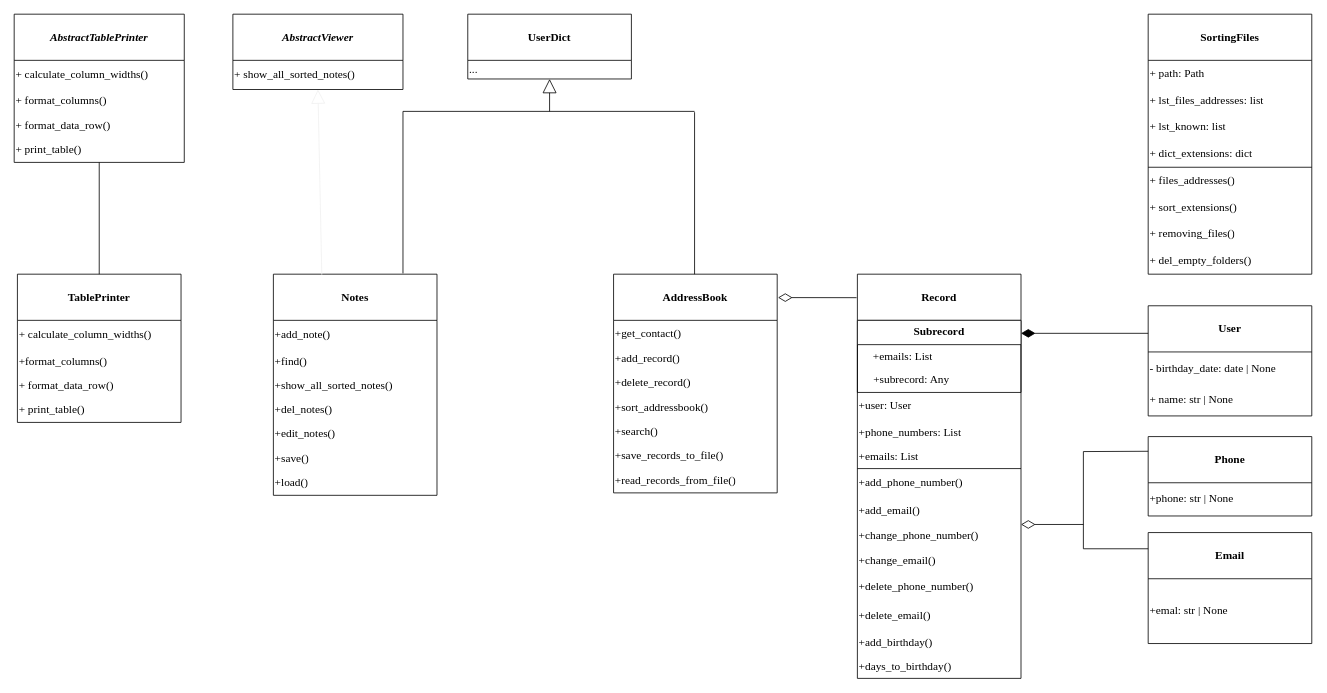
Earlier version of the draw.io diagram pbot_UML.drawio (dCrowb/Python_web_course_HW_1). Source tidied: cells renumbered, new cells numbered last; positions are measured from the earlier drawing's top-left corner, leaving out a move shared by most shapes. Both pictures are drawn from the tidied source at 81%, with x=0, y=0 at pixel (14, 14).
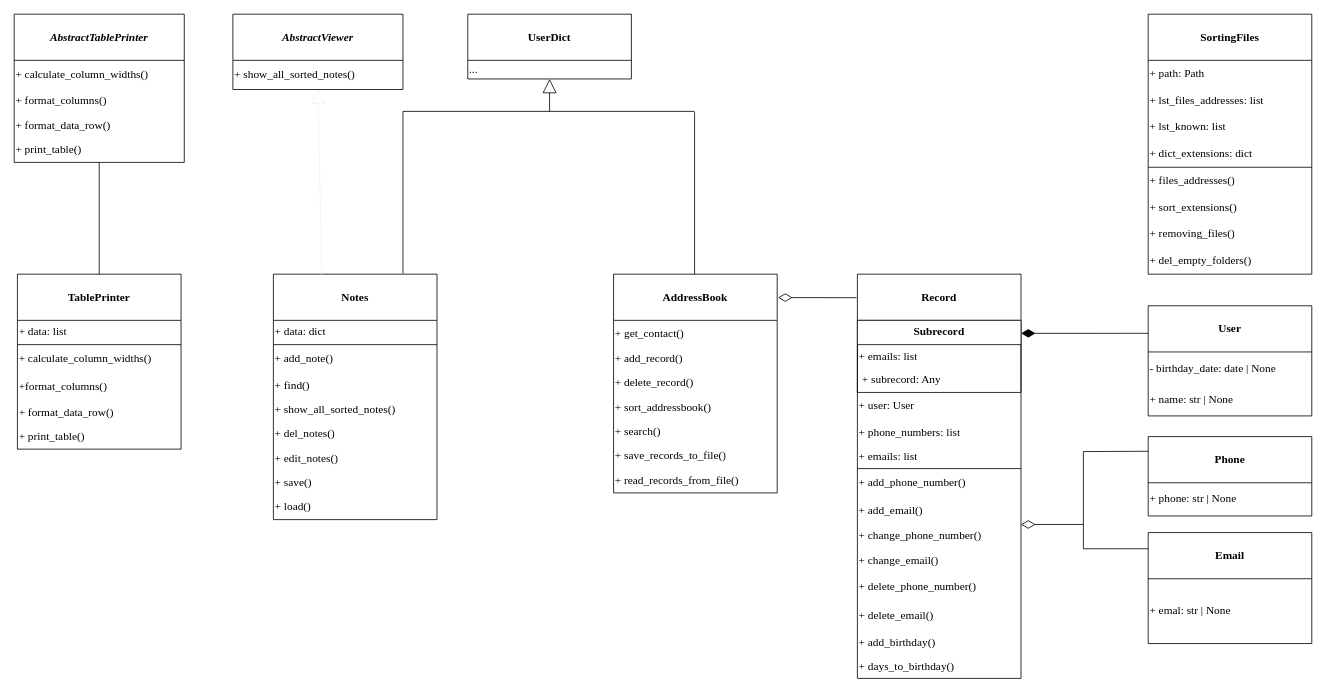
The same page after the edit.

Unchanged cells that the change refers to:
```xml
<mxCell id="2" value="Record" style="swimlane;horizontal=1;startSize=57;whiteSpace=wrap;html=1;fontFamily=Times New Roman;fontSize=14;" parent="1" vertex="1">
  <mxGeometry x="1041" y="321" width="202" height="499" as="geometry" />
</mxCell>
<mxCell id="3" value="Subrecord" style="swimlane;horizontal=1;startSize=30;whiteSpace=wrap;html=1;fontFamily=Times New Roman;fontSize=14;" parent="2" vertex="1">
  <mxGeometry y="57" width="202" height="89" as="geometry" />
</mxCell>
<mxCell id="18" value="AddressBook" style="swimlane;horizontal=1;startSize=57;whiteSpace=wrap;html=1;fontFamily=Times New Roman;fontSize=14;" parent="1" vertex="1">
  <mxGeometry x="740" y="321" width="202" height="270" as="geometry" />
</mxCell>
<mxCell id="26" value="Email" style="swimlane;horizontal=1;startSize=57;whiteSpace=wrap;html=1;fontFamily=Times New Roman;fontSize=14;" parent="1" vertex="1">
  <mxGeometry x="1400" y="640" width="202" height="137" as="geometry" />
</mxCell>
<mxCell id="31" value="Phone" style="swimlane;horizontal=1;startSize=57;whiteSpace=wrap;html=1;fontFamily=Times New Roman;fontSize=14;" parent="1" vertex="1">
  <mxGeometry x="1400" y="521.5" width="202" height="98" as="geometry" />
</mxCell>
```

Diff of the diagram source:
```diff
@@
-    <mxCell id="4" value="&amp;nbsp; &amp;nbsp; &amp;nbsp;+emails: List" style="text;strokeColor=none;fillColor=none;html=1;whiteSpace=wrap;verticalAlign=middle;overflow=hidden;fontFamily=Times New Roman;fontSize=14;" parent="3" vertex="1">
+    <mxCell id="4" value="+ emails: list" style="text;strokeColor=none;fillColor=none;html=1;whiteSpace=wrap;verticalAlign=middle;overflow=hidden;fontFamily=Times New Roman;fontSize=14;" parent="3" vertex="1">
       <mxGeometry y="30" width="202" height="29" as="geometry" />
     </mxCell>
-    <mxCell id="5" value="&amp;nbsp; &amp;nbsp; +subrecord: Any" style="text;strokeColor=none;fillColor=none;align=left;verticalAlign=middle;spacingLeft=4;spacingRight=4;overflow=hidden;whiteSpace=wrap;html=1;fontFamily=Times New Roman;fontSize=14;" parent="3" vertex="1">
+    <mxCell id="5" value="+ subrecord: Any" style="text;strokeColor=none;fillColor=none;align=left;verticalAlign=middle;spacingLeft=4;spacingRight=4;overflow=hidden;whiteSpace=wrap;html=1;fontFamily=Times New Roman;fontSize=14;" parent="3" vertex="1">
       <mxGeometry y="59" width="202" height="30" as="geometry" />
     </mxCell>
-    <mxCell id="6" value="+user: User" style="text;strokeColor=none;fillColor=none;html=1;whiteSpace=wrap;verticalAlign=middle;overflow=hidden;fontFamily=Times New Roman;fontSize=14;" parent="2" vertex="1">
+    <mxCell id="6" value="+ user: User" style="text;strokeColor=none;fillColor=none;html=1;whiteSpace=wrap;verticalAlign=middle;overflow=hidden;fontFamily=Times New Roman;fontSize=14;" parent="2" vertex="1">
       <mxGeometry y="146" width="202" height="34" as="geometry" />
     </mxCell>
-    <mxCell id="7" value="+phone_numbers: List" style="text;strokeColor=none;fillColor=none;html=1;whiteSpace=wrap;verticalAlign=middle;overflow=hidden;fontFamily=Times New Roman;fontSize=14;" parent="2" vertex="1">
+    <mxCell id="7" value="+ phone_numbers: list" style="text;strokeColor=none;fillColor=none;html=1;whiteSpace=wrap;verticalAlign=middle;overflow=hidden;fontFamily=Times New Roman;fontSize=14;" parent="2" vertex="1">
       <mxGeometry y="180" width="202" height="31" as="geometry" />
     </mxCell>
-    <mxCell id="8" value="+emails: List" style="text;strokeColor=none;fillColor=none;html=1;whiteSpace=wrap;verticalAlign=middle;overflow=hidden;fontFamily=Times New Roman;fontSize=14;" parent="2" vertex="1">
+    <mxCell id="8" value="+ emails: list" style="text;strokeColor=none;fillColor=none;html=1;whiteSpace=wrap;verticalAlign=middle;overflow=hidden;fontFamily=Times New Roman;fontSize=14;" parent="2" vertex="1">
       <mxGeometry y="211" width="202" height="29" as="geometry" />
     </mxCell>
-    <mxCell id="9" value="+add_phone_number()" style="text;strokeColor=none;fillColor=none;html=1;whiteSpace=wrap;verticalAlign=middle;overflow=hidden;fontFamily=Times New Roman;fontSize=14;" parent="2" vertex="1">
+    <mxCell id="9" value="+ add_phone_number()" style="text;strokeColor=none;fillColor=none;html=1;whiteSpace=wrap;verticalAlign=middle;overflow=hidden;fontFamily=Times New Roman;fontSize=14;" parent="2" vertex="1">
       <mxGeometry y="240" width="202" height="36" as="geometry" />
     </mxCell>
-    <mxCell id="10" value="+add_email()" style="text;strokeColor=none;fillColor=none;html=1;whiteSpace=wrap;verticalAlign=middle;overflow=hidden;fontFamily=Times New Roman;fontSize=14;" parent="2" vertex="1">
+    <mxCell id="10" value="+ add_email()" style="text;strokeColor=none;fillColor=none;html=1;whiteSpace=wrap;verticalAlign=middle;overflow=hidden;fontFamily=Times New Roman;fontSize=14;" parent="2" vertex="1">
       <mxGeometry y="276" width="202" height="33" as="geometry" />
     </mxCell>
-    <mxCell id="11" value="+change_phone_number()" style="text;strokeColor=none;fillColor=none;html=1;whiteSpace=wrap;verticalAlign=middle;overflow=hidden;fontFamily=Times New Roman;fontSize=14;" parent="2" vertex="1">
+    <mxCell id="11" value="+ change_phone_number()" style="text;strokeColor=none;fillColor=none;html=1;whiteSpace=wrap;verticalAlign=middle;overflow=hidden;fontFamily=Times New Roman;fontSize=14;" parent="2" vertex="1">
       <mxGeometry y="309" width="202" height="29" as="geometry" />
     </mxCell>
-    <mxCell id="12" value="+change_email()" style="text;strokeColor=none;fillColor=none;html=1;whiteSpace=wrap;verticalAlign=middle;overflow=hidden;fontFamily=Times New Roman;fontSize=14;" parent="2" vertex="1">
+    <mxCell id="12" value="+ change_email()" style="text;strokeColor=none;fillColor=none;html=1;whiteSpace=wrap;verticalAlign=middle;overflow=hidden;fontFamily=Times New Roman;fontSize=14;" parent="2" vertex="1">
       <mxGeometry y="338" width="202" height="31" as="geometry" />
     </mxCell>
-    <mxCell id="13" value="+delete_phone_number()" style="text;strokeColor=none;fillColor=none;html=1;whiteSpace=wrap;verticalAlign=middle;overflow=hidden;fontFamily=Times New Roman;fontSize=14;" parent="2" vertex="1">
+    <mxCell id="13" value="+ delete_phone_number()" style="text;strokeColor=none;fillColor=none;html=1;whiteSpace=wrap;verticalAlign=middle;overflow=hidden;fontFamily=Times New Roman;fontSize=14;" parent="2" vertex="1">
       <mxGeometry y="369" width="202" height="35" as="geometry" />
     </mxCell>
-    <mxCell id="14" value="+delete_email()" style="text;strokeColor=none;fillColor=none;html=1;whiteSpace=wrap;verticalAlign=middle;overflow=hidden;fontFamily=Times New Roman;fontSize=14;" parent="2" vertex="1">
+    <mxCell id="14" value="+ delete_email()" style="text;strokeColor=none;fillColor=none;html=1;whiteSpace=wrap;verticalAlign=middle;overflow=hidden;fontFamily=Times New Roman;fontSize=14;" parent="2" vertex="1">
       <mxGeometry y="404" width="202" height="36" as="geometry" />
     </mxCell>
-    <mxCell id="15" value="+add_birthday()" style="text;strokeColor=none;fillColor=none;html=1;whiteSpace=wrap;verticalAlign=middle;overflow=hidden;fontFamily=Times New Roman;fontSize=14;" parent="2" vertex="1">
+    <mxCell id="15" value="+ add_birthday()" style="text;strokeColor=none;fillColor=none;html=1;whiteSpace=wrap;verticalAlign=middle;overflow=hidden;fontFamily=Times New Roman;fontSize=14;" parent="2" vertex="1">
       <mxGeometry y="440" width="202" height="30" as="geometry" />
     </mxCell>
-    <mxCell id="16" value="+days_to_birthday()" style="text;strokeColor=none;fillColor=none;html=1;whiteSpace=wrap;verticalAlign=middle;overflow=hidden;fontFamily=Times New Roman;fontSize=14;" parent="2" vertex="1">
+    <mxCell id="16" value="+ days_to_birthday()" style="text;strokeColor=none;fillColor=none;html=1;whiteSpace=wrap;verticalAlign=middle;overflow=hidden;fontFamily=Times New Roman;fontSize=14;" parent="2" vertex="1">
       <mxGeometry y="470" width="202" height="29" as="geometry" />
     </mxCell>
@@
-    <mxCell id="19" value="+get_contact()" style="text;strokeColor=none;fillColor=none;html=1;whiteSpace=wrap;verticalAlign=middle;overflow=hidden;fontFamily=Times New Roman;fontSize=14;" parent="18" vertex="1">
+    <mxCell id="19" value="+ get_contact()" style="text;strokeColor=none;fillColor=none;html=1;whiteSpace=wrap;verticalAlign=middle;overflow=hidden;fontFamily=Times New Roman;fontSize=14;" parent="18" vertex="1">
       <mxGeometry y="57" width="202" height="33" as="geometry" />
     </mxCell>
-    <mxCell id="20" value="+add_record()" style="text;strokeColor=none;fillColor=none;html=1;whiteSpace=wrap;verticalAlign=middle;overflow=hidden;fontFamily=Times New Roman;fontSize=14;" parent="18" vertex="1">
+    <mxCell id="20" value="+ add_record()" style="text;strokeColor=none;fillColor=none;html=1;whiteSpace=wrap;verticalAlign=middle;overflow=hidden;fontFamily=Times New Roman;fontSize=14;" parent="18" vertex="1">
       <mxGeometry y="90" width="202" height="30" as="geometry" />
     </mxCell>
-    <mxCell id="21" value="+delete_record()" style="text;strokeColor=none;fillColor=none;html=1;whiteSpace=wrap;verticalAlign=middle;overflow=hidden;fontFamily=Times New Roman;fontSize=14;" parent="18" vertex="1">
+    <mxCell id="21" value="+ delete_record()" style="text;strokeColor=none;fillColor=none;html=1;whiteSpace=wrap;verticalAlign=middle;overflow=hidden;fontFamily=Times New Roman;fontSize=14;" parent="18" vertex="1">
       <mxGeometry y="120" width="202" height="30" as="geometry" />
     </mxCell>
-    <mxCell id="22" value="+sort_addressbook()" style="text;strokeColor=none;fillColor=none;html=1;whiteSpace=wrap;verticalAlign=middle;overflow=hidden;fontFamily=Times New Roman;fontSize=14;" parent="18" vertex="1">
+    <mxCell id="22" value="+ sort_addressbook()" style="text;strokeColor=none;fillColor=none;html=1;whiteSpace=wrap;verticalAlign=middle;overflow=hidden;fontFamily=Times New Roman;fontSize=14;" parent="18" vertex="1">
       <mxGeometry y="150" width="202" height="30" as="geometry" />
     </mxCell>
-    <mxCell id="23" value="+search()" style="text;strokeColor=none;fillColor=none;html=1;whiteSpace=wrap;verticalAlign=middle;overflow=hidden;fontFamily=Times New Roman;fontSize=14;" parent="18" vertex="1">
+    <mxCell id="23" value="+ search()" style="text;strokeColor=none;fillColor=none;html=1;whiteSpace=wrap;verticalAlign=middle;overflow=hidden;fontFamily=Times New Roman;fontSize=14;" parent="18" vertex="1">
       <mxGeometry y="180" width="202" height="30" as="geometry" />
     </mxCell>
-    <mxCell id="24" value="+save_records_to_file()" style="text;strokeColor=none;fillColor=none;html=1;whiteSpace=wrap;verticalAlign=middle;overflow=hidden;fontFamily=Times New Roman;fontSize=14;" parent="18" vertex="1">
+    <mxCell id="24" value="+ save_records_to_file()" style="text;strokeColor=none;fillColor=none;html=1;whiteSpace=wrap;verticalAlign=middle;overflow=hidden;fontFamily=Times New Roman;fontSize=14;" parent="18" vertex="1">
       <mxGeometry y="210" width="202" height="30" as="geometry" />
     </mxCell>
-    <mxCell id="25" value="+read_records_from_file()" style="text;strokeColor=none;fillColor=none;html=1;whiteSpace=wrap;verticalAlign=middle;overflow=hidden;fontFamily=Times New Roman;fontSize=14;" parent="18" vertex="1">
+    <mxCell id="25" value="+ read_records_from_file()" style="text;strokeColor=none;fillColor=none;html=1;whiteSpace=wrap;verticalAlign=middle;overflow=hidden;fontFamily=Times New Roman;fontSize=14;" parent="18" vertex="1">
       <mxGeometry y="240" width="202" height="30" as="geometry" />
     </mxCell>
@@
-    <mxCell id="27" value="+emal: str | None" style="text;strokeColor=none;fillColor=none;html=1;whiteSpace=wrap;verticalAlign=middle;overflow=hidden;fontFamily=Times New Roman;fontSize=14;" parent="26" vertex="1">
+    <mxCell id="27" value="+ emal: str | None" style="text;strokeColor=none;fillColor=none;html=1;whiteSpace=wrap;verticalAlign=middle;overflow=hidden;fontFamily=Times New Roman;fontSize=14;" parent="26" vertex="1">
       <mxGeometry y="57" width="202" height="80" as="geometry" />
     </mxCell>
@@
-    <mxCell id="32" value="+phone: str | None" style="text;strokeColor=none;fillColor=none;html=1;whiteSpace=wrap;verticalAlign=middle;overflow=hidden;fontFamily=Times New Roman;fontSize=14;" parent="31" vertex="1">
+    <mxCell id="32" value="+ phone: str | None" style="text;strokeColor=none;fillColor=none;html=1;whiteSpace=wrap;verticalAlign=middle;overflow=hidden;fontFamily=Times New Roman;fontSize=14;" parent="31" vertex="1">
       <mxGeometry y="57" width="202" height="41" as="geometry" />
     </mxCell>
     <mxCell id="33" value="Notes" style="swimlane;horizontal=1;startSize=57;whiteSpace=wrap;html=1;fontFamily=Times New Roman;fontSize=14;" parent="1" vertex="1">
-      <mxGeometry x="320" y="321" width="202" height="273" as="geometry" />
+      <mxGeometry x="320" y="321" width="202" height="303" as="geometry" />
     </mxCell>
+    <mxCell id="77" value="+ data: dict" style="text;strokeColor=none;fillColor=none;html=1;whiteSpace=wrap;verticalAlign=middle;overflow=hidden;fontFamily=Times New Roman;fontSize=14;" parent="33" vertex="1">
+      <mxGeometry y="57" width="202" height="30" as="geometry" />
+    </mxCell>
-    <mxCell id="34" value="+add_note()" style="text;strokeColor=none;fillColor=none;html=1;whiteSpace=wrap;verticalAlign=middle;overflow=hidden;fontFamily=Times New Roman;fontSize=14;" parent="33" vertex="1">
-      <mxGeometry y="57" width="202" height="36" as="geometry" />
+    <mxCell id="34" value="+ add_note()" style="text;strokeColor=none;fillColor=none;html=1;whiteSpace=wrap;verticalAlign=middle;overflow=hidden;fontFamily=Times New Roman;fontSize=14;" parent="33" vertex="1">
+      <mxGeometry y="87" width="202" height="36" as="geometry" />
     </mxCell>
-    <mxCell id="35" value="+find()" style="text;strokeColor=none;fillColor=none;html=1;whiteSpace=wrap;verticalAlign=middle;overflow=hidden;fontFamily=Times New Roman;fontSize=14;" parent="33" vertex="1">
-      <mxGeometry y="93" width="202" height="30" as="geometry" />
+    <mxCell id="35" value="+ find()" style="text;strokeColor=none;fillColor=none;html=1;whiteSpace=wrap;verticalAlign=middle;overflow=hidden;fontFamily=Times New Roman;fontSize=14;" parent="33" vertex="1">
+      <mxGeometry y="123" width="202" height="30" as="geometry" />
     </mxCell>
-    <mxCell id="36" value="+show_all_sorted_notes()" style="text;strokeColor=none;fillColor=none;html=1;whiteSpace=wrap;verticalAlign=middle;overflow=hidden;fontFamily=Times New Roman;fontSize=14;" parent="33" vertex="1">
-      <mxGeometry y="123" width="202" height="30" as="geometry" />
+    <mxCell id="36" value="+ show_all_sorted_notes()" style="text;strokeColor=none;fillColor=none;html=1;whiteSpace=wrap;verticalAlign=middle;overflow=hidden;fontFamily=Times New Roman;fontSize=14;" parent="33" vertex="1">
+      <mxGeometry y="153" width="202" height="30" as="geometry" />
     </mxCell>
-    <mxCell id="37" value="+del_notes()" style="text;strokeColor=none;fillColor=none;html=1;whiteSpace=wrap;verticalAlign=middle;overflow=hidden;fontFamily=Times New Roman;fontSize=14;" parent="33" vertex="1">
-      <mxGeometry y="153" width="202" height="30" as="geometry" />
+    <mxCell id="37" value="+ del_notes()" style="text;strokeColor=none;fillColor=none;html=1;whiteSpace=wrap;verticalAlign=middle;overflow=hidden;fontFamily=Times New Roman;fontSize=14;" parent="33" vertex="1">
+      <mxGeometry y="183" width="202" height="30" as="geometry" />
     </mxCell>
-    <mxCell id="38" value="+edit_notes()" style="text;strokeColor=none;fillColor=none;html=1;whiteSpace=wrap;verticalAlign=middle;overflow=hidden;fontFamily=Times New Roman;fontSize=14;" parent="33" vertex="1">
-      <mxGeometry y="183" width="202" height="30" as="geometry" />
+    <mxCell id="38" value="+ edit_notes()" style="text;strokeColor=none;fillColor=none;html=1;whiteSpace=wrap;verticalAlign=middle;overflow=hidden;fontFamily=Times New Roman;fontSize=14;" parent="33" vertex="1">
+      <mxGeometry y="213" width="202" height="30" as="geometry" />
     </mxCell>
-    <mxCell id="39" value="+save()" style="text;strokeColor=none;fillColor=none;html=1;whiteSpace=wrap;verticalAlign=middle;overflow=hidden;fontFamily=Times New Roman;fontSize=14;" parent="33" vertex="1">
-      <mxGeometry y="213" width="202" height="30" as="geometry" />
+    <mxCell id="39" value="+ save()" style="text;strokeColor=none;fillColor=none;html=1;whiteSpace=wrap;verticalAlign=middle;overflow=hidden;fontFamily=Times New Roman;fontSize=14;" parent="33" vertex="1">
+      <mxGeometry y="243" width="202" height="30" as="geometry" />
     </mxCell>
-    <mxCell id="40" value="+load()" style="text;strokeColor=none;fillColor=none;html=1;whiteSpace=wrap;verticalAlign=middle;overflow=hidden;fontFamily=Times New Roman;fontSize=14;" parent="33" vertex="1">
-      <mxGeometry y="243" width="202" height="30" as="geometry" />
+    <mxCell id="40" value="+ load()" style="text;strokeColor=none;fillColor=none;html=1;whiteSpace=wrap;verticalAlign=middle;overflow=hidden;fontFamily=Times New Roman;fontSize=14;" parent="33" vertex="1">
+      <mxGeometry y="273" width="202" height="30" as="geometry" />
     </mxCell>
+    <mxCell id="78" style="endArrow=none;html=1;rounded=0;exitX=0;exitY=0;exitDx=0;exitDy=0;entryX=1;entryY=0;entryDx=0;entryDy=0;" parent="33" edge="1" source="34" target="34">
+      <mxGeometry relative="1" as="geometry" />
+    </mxCell>
@@
     <mxCell id="63" value="TablePrinter" style="swimlane;horizontal=1;startSize=57;whiteSpace=wrap;html=1;fontFamily=Times New Roman;fontSize=14;" parent="1" vertex="1">
-      <mxGeometry x="4" y="321" width="202" height="183" as="geometry" />
+      <mxGeometry x="4" y="321" width="202" height="216" as="geometry" />
     </mxCell>
+    <mxCell id="79" value="+ data: list" style="text;strokeColor=none;fillColor=none;html=1;whiteSpace=wrap;verticalAlign=middle;overflow=hidden;fontFamily=Times New Roman;fontSize=14;" parent="63" vertex="1">
+      <mxGeometry y="57" width="202" height="30" as="geometry" />
+    </mxCell>
     <mxCell id="64" value="+ calculate_column_widths&lt;span style=&quot;background-color: initial;&quot;&gt;()&lt;/span&gt;" style="text;strokeColor=none;fillColor=none;html=1;whiteSpace=wrap;verticalAlign=middle;overflow=hidden;fontFamily=Times New Roman;fontSize=14;" parent="63" vertex="1">
-      <mxGeometry y="57" width="202" height="36" as="geometry" />
+      <mxGeometry y="87" width="202" height="36" as="geometry" />
     </mxCell>
     <mxCell id="65" value="    +format_columns&lt;span style=&quot;background-color: initial;&quot;&gt;()&lt;/span&gt;" style="text;strokeColor=none;fillColor=none;html=1;whiteSpace=wrap;verticalAlign=middle;overflow=hidden;fontFamily=Times New Roman;fontSize=14;" parent="63" vertex="1">
-      <mxGeometry y="93" width="202" height="30" as="geometry" />
+      <mxGeometry y="123" width="202" height="33" as="geometry" />
     </mxCell>
     <mxCell id="66" value="+ format_data_row&lt;span style=&quot;background-color: initial;&quot;&gt;()&lt;/span&gt;" style="text;strokeColor=none;fillColor=none;html=1;whiteSpace=wrap;verticalAlign=middle;overflow=hidden;fontFamily=Times New Roman;fontSize=14;" parent="63" vertex="1">
-      <mxGeometry y="123" width="202" height="30" as="geometry" />
+      <mxGeometry y="156" width="202" height="30" as="geometry" />
     </mxCell>
     <mxCell id="67" value="+ print_table&lt;span style=&quot;background-color: initial;&quot;&gt;()&lt;/span&gt;" style="text;strokeColor=none;fillColor=none;html=1;whiteSpace=wrap;verticalAlign=middle;overflow=hidden;fontFamily=Times New Roman;fontSize=14;" parent="63" vertex="1">
-      <mxGeometry y="153" width="202" height="30" as="geometry" />
+      <mxGeometry y="186" width="202" height="30" as="geometry" />
     </mxCell>
+    <mxCell id="80" style="endArrow=none;html=1;rounded=0;exitX=0;exitY=0;exitDx=0;exitDy=0;entryX=1;entryY=0;entryDx=0;entryDy=0;" parent="63" edge="1" source="64" target="64">
+      <mxGeometry relative="1" as="geometry" />
+    </mxCell>
```
